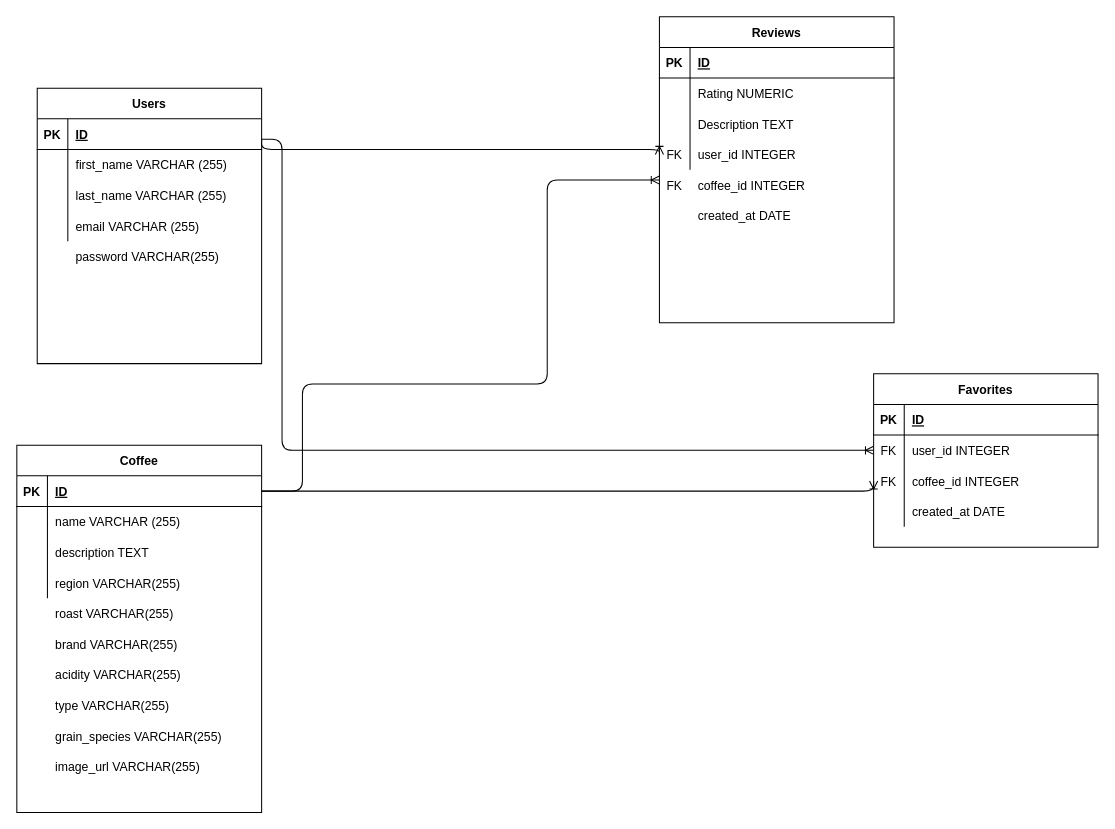
connie-ho/caffa keeps this draw.io diagram as docs/ERD.drawio. Above is the earlier version. Source tidied: cells renumbered, new cells numbered last; positions are measured from the earlier drawing's top-left corner, leaving out a move shared by most shapes. Both pictures are drawn from the tidied source at 102%, with x=0, y=0 at pixel (16, 16).
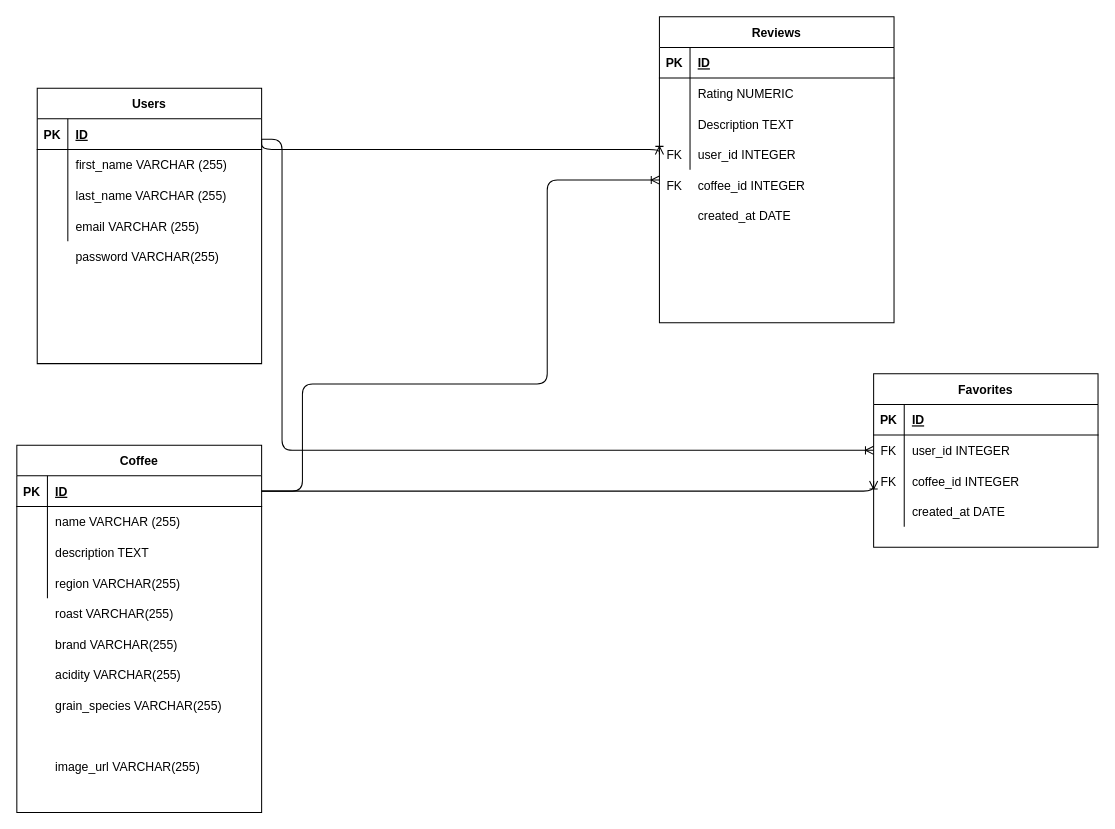
Above is the later version.

Unchanged cells that the change refers to:
```xml
<mxCell id="34" style="group;" parent="1" vertex="1">
  <mxGeometry y="420" width="250" height="360" as="geometry" />
</mxCell>
<mxCell id="57" style="shape=partialRectangle;fillColor=none;top=0;left=0;bottom=0;right=0;" parent="34" vertex="1">
  <mxGeometry y="240" width="240" height="30" as="geometry" />
</mxCell>
```

Change to the diagram source:
```diff
@@
-    <mxCell id="59" value="type VARCHAR(255)" style="shape=partialRectangle;fillColor=none;top=0;left=0;bottom=0;right=0;align=left;spacingLeft=6;overflow=hidden;" parent="57" vertex="1">
+    <mxCell id="59" style="shape=partialRectangle;fillColor=none;top=0;left=0;bottom=0;right=0;align=left;spacingLeft=6;overflow=hidden;" parent="57" vertex="1">
       <mxGeometry x="30" width="210" height="30" as="geometry" />
     </mxCell>
@@
     <mxCell id="65" style="shape=partialRectangle;fillColor=none;top=0;left=0;bottom=0;right=0;" parent="34" vertex="1">
-      <mxGeometry y="270" width="240" height="30" as="geometry" />
+      <mxGeometry y="240" width="240" height="30" as="geometry" />
     </mxCell>
```
